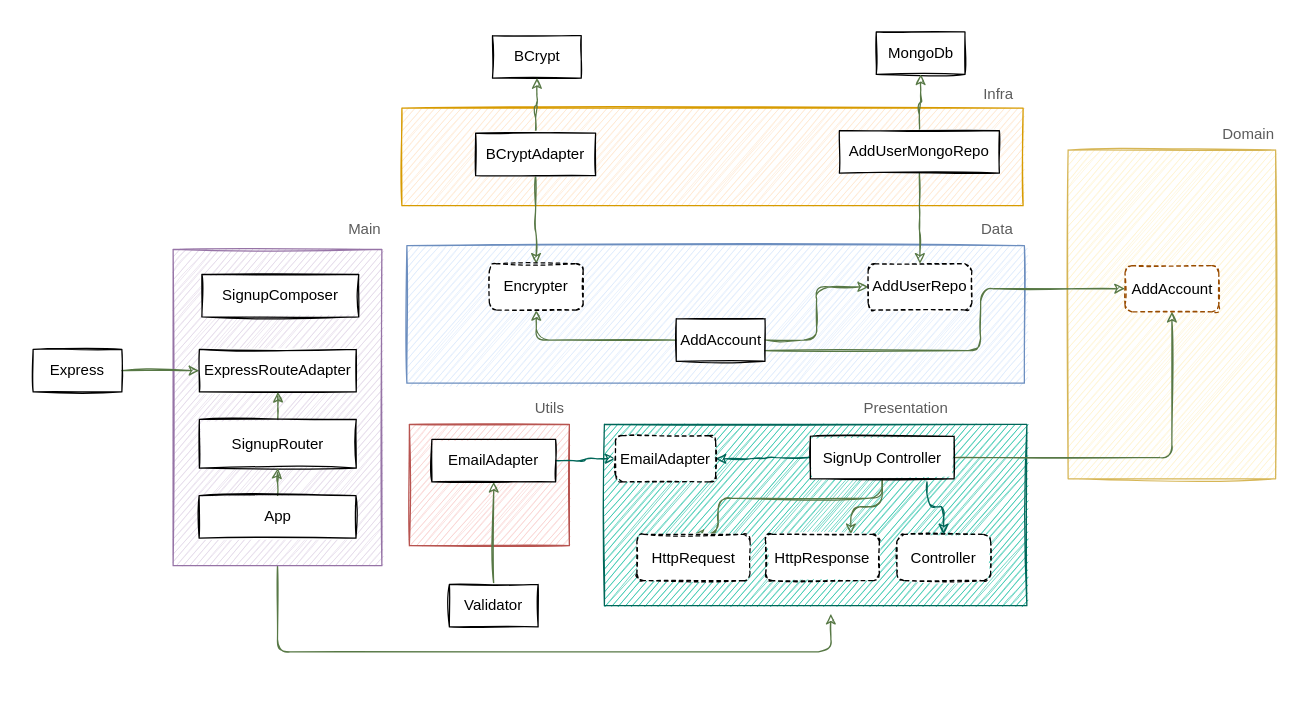
The draw.io diagram Untitled Diagram.drawio in alioshr/Alioshr, before the edit. Source tidied: cells renumbered, new cells numbered last; positions are measured from the earlier drawing's top-left corner, leaving out a move shared by most shapes. Both pictures are drawn from the tidied source at 125%, with x=0, y=0 at pixel (32, 31).
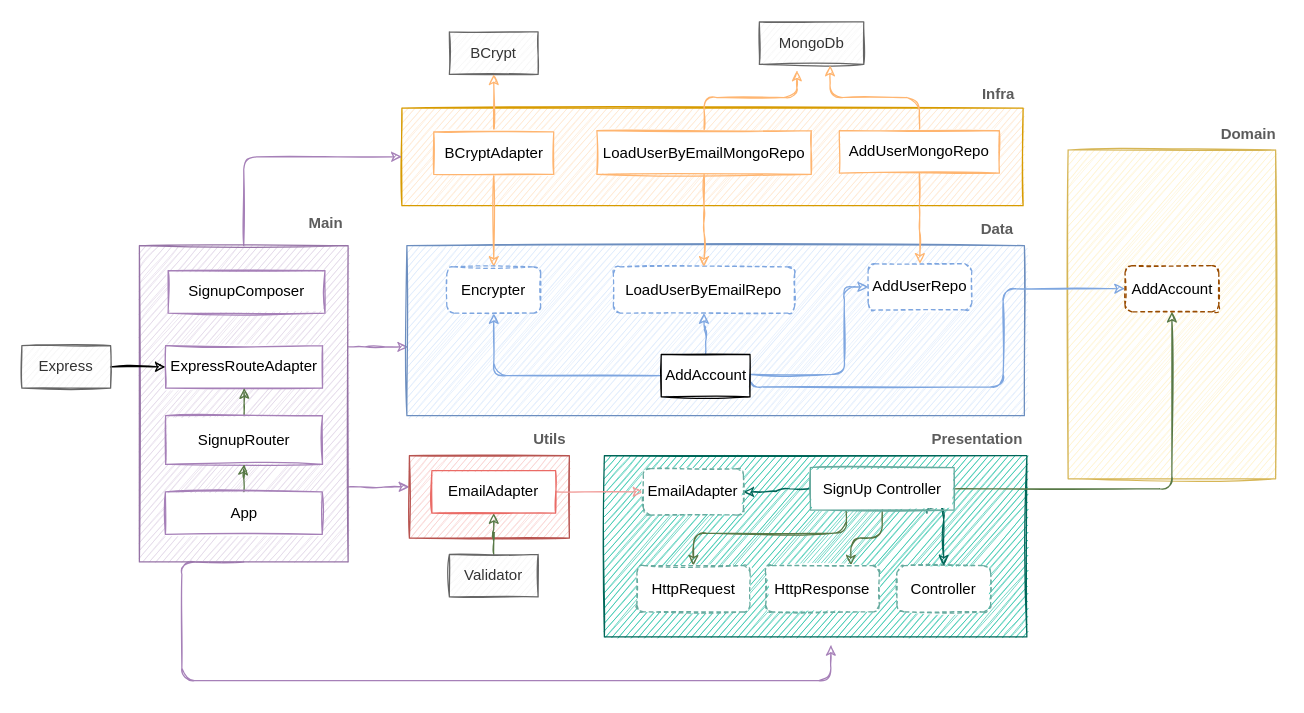
The same diagram, later.

The change refers to these unchanged cells:
```xml
<mxCell id="2" style="rounded=0;whiteSpace=wrap;html=1;sketch=1;strokeColor=#d79b00;fillColor=#ffe6cc;" parent="1" vertex="1">
  <mxGeometry x="295" y="61" width="497" height="78" as="geometry" />
</mxCell>
<mxCell id="21" value="AddAccount" style="rounded=1;whiteSpace=wrap;html=1;sketch=1;dashed=1;shadow=0;strokeColor=#994C00;" parent="1" vertex="1">
  <mxGeometry x="873.5" y="187" width="75" height="37" as="geometry" />
</mxCell>
```

The edit, as a diff of the source:
```diff
@@
-    <mxCell id="3" style="edgeStyle=orthogonalEdgeStyle;rounded=1;sketch=1;jettySize=auto;html=1;fontColor=#5C5C5C;strokeColor=#577845;fillColor=#21C0A5;entryX=0.536;entryY=1.045;entryDx=0;entryDy=0;entryPerimeter=0;exitX=0.5;exitY=1;exitDx=0;exitDy=0;" parent="1" edge="1" source="4" target="5">
+    <mxCell id="3" style="edgeStyle=orthogonalEdgeStyle;rounded=1;sketch=1;jettySize=auto;html=1;fontColor=#5C5C5C;fillColor=#21C0A5;entryX=0.536;entryY=1.045;entryDx=0;entryDy=0;entryPerimeter=0;exitX=0.5;exitY=1;exitDx=0;exitDy=0;strokeColor=#A680B8;" parent="1" edge="1" source="4" target="5">
       <mxGeometry relative="1" as="geometry">
         <Array as="points">
-          <mxPoint x="196" y="496" />
-          <mxPoint x="638" y="496" />
+          <mxPoint x="119" y="424" />
+          <mxPoint x="119" y="519" />
+          <mxPoint x="638" y="519" />
         </Array>
       </mxGeometry>
     </mxCell>
+    <mxCell id="53" style="edgeStyle=orthogonalEdgeStyle;rounded=1;sketch=1;jettySize=auto;html=1;fontColor=#5C5C5C;fillColor=#21C0A5;strokeColor=#A680B8;" parent="1" edge="1" source="4" target="10">
+      <mxGeometry relative="1" as="geometry">
+        <Array as="points">
+          <mxPoint x="272" y="364" />
+          <mxPoint x="272" y="364" />
+        </Array>
+      </mxGeometry>
+    </mxCell>
+    <mxCell id="54" style="edgeStyle=orthogonalEdgeStyle;rounded=1;sketch=1;jettySize=auto;html=1;entryX=0;entryY=0.5;entryDx=0;entryDy=0;fontColor=#5C5C5C;fillColor=#21C0A5;exitX=0.5;exitY=0;exitDx=0;exitDy=0;strokeColor=#A680B8;" parent="1" edge="1" source="4" target="2">
+      <mxGeometry relative="1" as="geometry" />
+    </mxCell>
+    <mxCell id="55" style="edgeStyle=orthogonalEdgeStyle;rounded=1;sketch=1;jettySize=auto;html=1;entryX=0.002;entryY=0.596;entryDx=0;entryDy=0;entryPerimeter=0;fontColor=#5C5C5C;fillColor=#21C0A5;exitX=1;exitY=0.32;exitDx=0;exitDy=0;exitPerimeter=0;strokeColor=#A680B8;" parent="1" edge="1" source="4" target="7">
+      <mxGeometry relative="1" as="geometry" />
+    </mxCell>
     <mxCell id="4" style="rounded=0;whiteSpace=wrap;html=1;sketch=1;strokeColor=#9673a6;fillColor=#e1d5e7;" parent="1" vertex="1">
-      <mxGeometry x="112" y="174" width="167" height="253" as="geometry" />
+      <mxGeometry x="85" y="171" width="167" height="253" as="geometry" />
     </mxCell>
     <mxCell id="5" style="rounded=0;whiteSpace=wrap;html=1;sketch=1;fontColor=#5C5C5C;strokeColor=#006658;fillColor=#21C0A5;" parent="1" vertex="1">
-      <mxGeometry x="457" y="314" width="338" height="145" as="geometry" />
+      <mxGeometry x="457" y="339" width="338" height="145" as="geometry" />
     </mxCell>
-    <mxCell id="6" value="Presentation" style="text;html=1;align=center;verticalAlign=middle;strokeColor=none;fontColor=#5C5C5C;" parent="1" vertex="1">
-      <mxGeometry x="659.8" y="292" width="77" height="18" as="geometry" />
+    <mxCell id="6" value="&lt;b&gt;Presentation&lt;/b&gt;" style="text;html=1;align=center;verticalAlign=middle;strokeColor=none;fontColor=#5C5C5C;" parent="1" vertex="1">
+      <mxGeometry x="713" y="317" width="83" height="18" as="geometry" />
     </mxCell>
     <mxCell id="7" style="rounded=0;whiteSpace=wrap;html=1;sketch=1;strokeColor=#6c8ebf;fillColor=#dae8fc;" parent="1" vertex="1">
-      <mxGeometry x="299" y="171" width="494" height="110" as="geometry" />
+      <mxGeometry x="299" y="171" width="494" height="136" as="geometry" />
     </mxCell>
-    <mxCell id="8" value="Data" style="text;html=1;align=center;verticalAlign=middle;strokeColor=none;fontColor=#5C5C5C;" parent="1" vertex="1">
-      <mxGeometry x="751" y="148" width="40" height="20" as="geometry" />
+    <mxCell id="8" value="&lt;b&gt;Data&lt;/b&gt;" style="text;html=1;align=center;verticalAlign=middle;strokeColor=none;fontColor=#5C5C5C;" parent="1" vertex="1">
+      <mxGeometry x="753" y="149" width="36" height="18" as="geometry" />
     </mxCell>
@@
     <mxCell id="10" style="rounded=0;whiteSpace=wrap;html=1;sketch=1;strokeColor=#b85450;fillColor=#f8cecc;" parent="1" vertex="1">
-      <mxGeometry x="301" y="314" width="128" height="97" as="geometry" />
+      <mxGeometry x="301" y="339" width="128" height="66" as="geometry" />
     </mxCell>
-    <mxCell id="11" value="Domain" style="text;html=1;align=center;verticalAlign=middle;strokeColor=none;fontColor=#5C5C5C;" parent="1" vertex="1">
-      <mxGeometry x="946" y="73" width="51" height="18" as="geometry" />
+    <mxCell id="11" value="&lt;b&gt;Domain&lt;/b&gt;" style="text;html=1;align=center;verticalAlign=middle;strokeColor=none;fontColor=#5C5C5C;" parent="1" vertex="1">
+      <mxGeometry x="945" y="73" width="54" height="18" as="geometry" />
     </mxCell>
-    <mxCell id="12" value="Utils" style="text;html=1;align=center;verticalAlign=middle;strokeColor=none;fontColor=#5C5C5C;" parent="1" vertex="1">
-      <mxGeometry x="396" y="292" width="33" height="18" as="geometry" />
+    <mxCell id="12" value="&lt;b&gt;Utils&lt;/b&gt;" style="text;html=1;align=center;verticalAlign=middle;strokeColor=none;fontColor=#5C5C5C;" parent="1" vertex="1">
+      <mxGeometry x="395" y="317" width="36" height="18" as="geometry" />
     </mxCell>
@@
-    <mxCell id="14" value="Controller" style="rounded=1;whiteSpace=wrap;html=1;sketch=1;dashed=1;shadow=0;" parent="1" vertex="1">
-      <mxGeometry x="691" y="402" width="75" height="37" as="geometry" />
+    <mxCell id="14" value="Controller" style="rounded=1;whiteSpace=wrap;html=1;sketch=1;dashed=1;shadow=0;strokeColor=#67AB9F;" parent="1" vertex="1">
+      <mxGeometry x="691" y="427" width="75" height="37" as="geometry" />
     </mxCell>
@@
-    <mxCell id="19" style="edgeStyle=orthogonalEdgeStyle;rounded=1;sketch=1;jettySize=auto;html=1;entryX=0.5;entryY=0;entryDx=0;entryDy=0;fontColor=#5C5C5C;strokeColor=#577845;fillColor=#21C0A5;" parent="1" edge="1" source="20" target="51">
+    <mxCell id="19" style="edgeStyle=orthogonalEdgeStyle;rounded=1;sketch=1;jettySize=auto;html=1;entryX=0.5;entryY=0;entryDx=0;entryDy=0;fontColor=#5C5C5C;strokeColor=#577845;fillColor=#21C0A5;exitX=0.25;exitY=1;exitDx=0;exitDy=0;" parent="1" edge="1" source="20" target="51">
       <mxGeometry relative="1" as="geometry">
         <Array as="points">
-          <mxPoint x="679" y="373" />
-          <mxPoint x="548" y="373" />
+          <mxPoint x="651" y="401" />
+          <mxPoint x="528" y="401" />
         </Array>
       </mxGeometry>
     </mxCell>
-    <mxCell id="20" value="SignUp Controller" style="rounded=0;whiteSpace=wrap;html=1;sketch=1;" parent="1" vertex="1">
-      <mxGeometry x="621.8" y="323.5" width="115" height="34" as="geometry" />
+    <mxCell id="20" value="SignUp Controller" style="rounded=0;whiteSpace=wrap;html=1;sketch=1;strokeColor=#67AB9F;" parent="1" vertex="1">
+      <mxGeometry x="621.8" y="348.5" width="115" height="34" as="geometry" />
     </mxCell>
@@
-    <mxCell id="22" value="MongoDb" style="rounded=0;whiteSpace=wrap;html=1;sketch=1;" parent="1" vertex="1">
-      <mxGeometry x="674.5" width="71" height="34" as="geometry" />
+    <mxCell id="22" value="MongoDb" style="rounded=0;whiteSpace=wrap;html=1;sketch=1;fillColor=#f5f5f5;strokeColor=#666666;fontColor=#333333;" parent="1" vertex="1">
+      <mxGeometry x="581" y="-8" width="83.5" height="34" as="geometry" />
     </mxCell>
@@
-    <mxCell id="24" value="Validator" style="rounded=0;whiteSpace=wrap;html=1;sketch=1;" parent="1" vertex="1">
-      <mxGeometry x="333" y="442" width="71" height="34" as="geometry" />
+    <mxCell id="24" value="Validator" style="rounded=0;whiteSpace=wrap;html=1;sketch=1;fillColor=#f5f5f5;strokeColor=#666666;fontColor=#333333;" parent="1" vertex="1">
+      <mxGeometry x="333" y="418" width="71" height="34" as="geometry" />
     </mxCell>
-    <mxCell id="25" value="BCrypt" style="rounded=0;whiteSpace=wrap;html=1;sketch=1;" parent="1" vertex="1">
-      <mxGeometry x="367.5" y="3" width="71" height="34" as="geometry" />
+    <mxCell id="25" value="BCrypt" style="rounded=0;whiteSpace=wrap;html=1;sketch=1;fillColor=#f5f5f5;strokeColor=#666666;fontColor=#333333;" parent="1" vertex="1">
+      <mxGeometry x="333" width="71" height="34" as="geometry" />
     </mxCell>
-    <mxCell id="26" style="edgeStyle=orthogonalEdgeStyle;rounded=1;sketch=1;jettySize=auto;html=1;exitX=1;exitY=0.5;exitDx=0;exitDy=0;fontColor=#5C5C5C;strokeColor=#006658;fillColor=#21C0A5;" parent="1" edge="1" source="27" target="28">
+    <mxCell id="26" style="edgeStyle=orthogonalEdgeStyle;rounded=1;sketch=1;jettySize=auto;html=1;exitX=1;exitY=0.5;exitDx=0;exitDy=0;fontColor=#5C5C5C;fillColor=#21C0A5;strokeColor=#F19C99;" parent="1" edge="1" source="27" target="28">
       <mxGeometry relative="1" as="geometry" />
     </mxCell>
-    <mxCell id="27" value="EmailAdapter" style="rounded=0;whiteSpace=wrap;html=1;sketch=1;" parent="1" vertex="1">
-      <mxGeometry x="319" y="326" width="99" height="34" as="geometry" />
+    <mxCell id="27" value="EmailAdapter" style="rounded=0;whiteSpace=wrap;html=1;sketch=1;strokeColor=#EA6B66;" parent="1" vertex="1">
+      <mxGeometry x="319" y="351" width="99" height="34" as="geometry" />
     </mxCell>
-    <mxCell id="28" value="EmailAdapter" style="rounded=1;whiteSpace=wrap;html=1;sketch=1;dashed=1;shadow=0;" parent="1" vertex="1">
-      <mxGeometry x="466" y="323" width="80" height="37" as="geometry" />
+    <mxCell id="28" value="EmailAdapter" style="rounded=1;whiteSpace=wrap;html=1;sketch=1;dashed=1;shadow=0;strokeColor=#67AB9F;" parent="1" vertex="1">
+      <mxGeometry x="488.2" y="349.5" width="80" height="37" as="geometry" />
     </mxCell>
-    <mxCell id="29" style="edgeStyle=orthogonalEdgeStyle;rounded=1;sketch=1;jettySize=auto;html=1;fontColor=#5C5C5C;strokeColor=#577845;fillColor=#21C0A5;" parent="1" edge="1" source="32" target="36">
+    <mxCell id="29" style="edgeStyle=orthogonalEdgeStyle;rounded=1;sketch=1;jettySize=auto;html=1;fontColor=#5C5C5C;fillColor=#21C0A5;strokeColor=#7EA6E0;" parent="1" edge="1" source="32" target="36">
       <mxGeometry relative="1" as="geometry" />
     </mxCell>
-    <mxCell id="30" style="edgeStyle=orthogonalEdgeStyle;rounded=1;sketch=1;jettySize=auto;html=1;entryX=0;entryY=0.5;entryDx=0;entryDy=0;fontColor=#5C5C5C;strokeColor=#577845;fillColor=#21C0A5;" parent="1" edge="1" source="32" target="21">
+    <mxCell id="30" style="edgeStyle=orthogonalEdgeStyle;rounded=1;sketch=1;jettySize=auto;html=1;entryX=0;entryY=0.5;entryDx=0;entryDy=0;fontColor=#5C5C5C;fillColor=#21C0A5;exitX=1;exitY=0.5;exitDx=0;exitDy=0;strokeColor=#7EA6E0;" parent="1" edge="1" source="32" target="21">
       <mxGeometry relative="1" as="geometry">
         <Array as="points">
-          <mxPoint x="758" y="255" />
-          <mxPoint x="758" y="206" />
+          <mxPoint x="776" y="284" />
+          <mxPoint x="776" y="206" />
         </Array>
       </mxGeometry>
     </mxCell>
-    <mxCell id="31" style="edgeStyle=orthogonalEdgeStyle;rounded=1;sketch=1;jettySize=auto;html=1;entryX=0;entryY=0.5;entryDx=0;entryDy=0;fontColor=#5C5C5C;strokeColor=#577845;fillColor=#21C0A5;" parent="1" edge="1" source="32" target="41">
-      <mxGeometry relative="1" as="geometry" />
+    <mxCell id="31" style="edgeStyle=orthogonalEdgeStyle;rounded=1;sketch=1;jettySize=auto;html=1;entryX=0;entryY=0.5;entryDx=0;entryDy=0;fontColor=#5C5C5C;fillColor=#21C0A5;strokeColor=#7EA6E0;" parent="1" edge="1" source="32" target="41">
+      <mxGeometry relative="1" as="geometry">
+        <Array as="points">
+          <mxPoint x="649" y="274" />
+          <mxPoint x="649" y="204" />
+        </Array>
+      </mxGeometry>
     </mxCell>
+    <mxCell id="56" style="edgeStyle=orthogonalEdgeStyle;rounded=1;sketch=1;jettySize=auto;html=1;fontColor=#5C5C5C;fillColor=#21C0A5;strokeColor=#7EA6E0;" parent="1" edge="1" source="32" target="57">
+      <mxGeometry relative="1" as="geometry" />
+    </mxCell>
     <mxCell id="32" value="AddAccount" style="rounded=0;whiteSpace=wrap;html=1;sketch=1;" parent="1" vertex="1">
-      <mxGeometry x="514.5" y="229.5" width="71" height="34" as="geometry" />
+      <mxGeometry x="502.5" y="258" width="71" height="34" as="geometry" />
     </mxCell>
-    <mxCell id="33" style="edgeStyle=orthogonalEdgeStyle;rounded=1;sketch=1;jettySize=auto;html=1;fontColor=#5C5C5C;strokeColor=#577845;fillColor=#21C0A5;" parent="1" edge="1" source="35" target="36">
+    <mxCell id="33" style="edgeStyle=orthogonalEdgeStyle;rounded=1;sketch=1;jettySize=auto;html=1;fontColor=#5C5C5C;fillColor=#21C0A5;strokeColor=#FFB570;" parent="1" edge="1" source="35" target="36">
       <mxGeometry relative="1" as="geometry" />
     </mxCell>
-    <mxCell id="34" style="edgeStyle=orthogonalEdgeStyle;rounded=1;sketch=1;jettySize=auto;html=1;fontColor=#5C5C5C;strokeColor=#577845;fillColor=#21C0A5;" parent="1" edge="1" source="35" target="25">
+    <mxCell id="34" style="edgeStyle=orthogonalEdgeStyle;rounded=1;sketch=1;jettySize=auto;html=1;fontColor=#5C5C5C;fillColor=#21C0A5;strokeColor=#FFB570;" parent="1" edge="1" source="35" target="25">
       <mxGeometry relative="1" as="geometry" />
     </mxCell>
-    <mxCell id="35" value="BCryptAdapter" style="rounded=0;whiteSpace=wrap;html=1;sketch=1;" parent="1" vertex="1">
-      <mxGeometry x="354" y="81" width="96" height="34" as="geometry" />
+    <mxCell id="35" value="BCryptAdapter" style="rounded=0;whiteSpace=wrap;html=1;sketch=1;strokeColor=#FFB570;" parent="1" vertex="1">
+      <mxGeometry x="320.5" y="80" width="96" height="34" as="geometry" />
     </mxCell>
-    <mxCell id="36" value="Encrypter" style="rounded=1;whiteSpace=wrap;html=1;sketch=1;dashed=1;shadow=0;" parent="1" vertex="1">
-      <mxGeometry x="365" y="185.5" width="75" height="37" as="geometry" />
+    <mxCell id="36" value="Encrypter" style="rounded=1;whiteSpace=wrap;html=1;sketch=1;dashed=1;shadow=0;strokeColor=#7EA6E0;" parent="1" vertex="1">
+      <mxGeometry x="331" y="188" width="75" height="37" as="geometry" />
     </mxCell>
-    <mxCell id="37" value="Infra" style="text;html=1;align=center;verticalAlign=middle;strokeColor=none;fontColor=#5C5C5C;" parent="1" vertex="1">
-      <mxGeometry x="755" y="41" width="34" height="18" as="geometry" />
+    <mxCell id="37" value="&lt;b&gt;Infra&lt;/b&gt;" style="text;html=1;align=center;verticalAlign=middle;strokeColor=none;fontColor=#5C5C5C;" parent="1" vertex="1">
+      <mxGeometry x="754" y="41" width="36" height="18" as="geometry" />
     </mxCell>
-    <mxCell id="38" style="edgeStyle=orthogonalEdgeStyle;rounded=1;sketch=1;jettySize=auto;html=1;fontColor=#5C5C5C;strokeColor=#577845;fillColor=#21C0A5;" parent="1" edge="1" source="40" target="22">
+    <mxCell id="38" style="edgeStyle=orthogonalEdgeStyle;rounded=1;sketch=1;jettySize=auto;html=1;fontColor=#5C5C5C;fillColor=#21C0A5;entryX=0.677;entryY=1.029;entryDx=0;entryDy=0;entryPerimeter=0;strokeColor=#FFB570;" parent="1" edge="1" source="40" target="22">
       <mxGeometry relative="1" as="geometry" />
     </mxCell>
-    <mxCell id="39" style="edgeStyle=orthogonalEdgeStyle;rounded=1;sketch=1;jettySize=auto;html=1;fontColor=#5C5C5C;strokeColor=#577845;fillColor=#21C0A5;" parent="1" edge="1" source="40" target="41">
+    <mxCell id="39" style="edgeStyle=orthogonalEdgeStyle;rounded=1;sketch=1;jettySize=auto;html=1;fontColor=#5C5C5C;fillColor=#21C0A5;strokeColor=#FFB570;" parent="1" edge="1" source="40" target="41">
       <mxGeometry relative="1" as="geometry" />
     </mxCell>
-    <mxCell id="40" value="AddUserMongoRepo" style="rounded=0;whiteSpace=wrap;html=1;sketch=1;" parent="1" vertex="1">
+    <mxCell id="40" value="AddUserMongoRepo" style="rounded=0;whiteSpace=wrap;html=1;sketch=1;strokeColor=#FFB570;" parent="1" vertex="1">
       <mxGeometry x="645" y="79" width="128" height="34" as="geometry" />
     </mxCell>
-    <mxCell id="41" value="AddUserRepo" style="rounded=1;whiteSpace=wrap;html=1;sketch=1;dashed=1;shadow=0;" parent="1" vertex="1">
+    <mxCell id="41" value="AddUserRepo" style="rounded=1;whiteSpace=wrap;html=1;sketch=1;dashed=1;shadow=0;strokeColor=#7EA6E0;" parent="1" vertex="1">
       <mxGeometry x="668" y="185.5" width="83" height="37" as="geometry" />
     </mxCell>
-    <mxCell id="42" value="Main" style="text;html=1;align=center;verticalAlign=middle;strokeColor=none;fontColor=#5C5C5C;" parent="1" vertex="1">
-      <mxGeometry x="247" y="149" width="36" height="18" as="geometry" />
+    <mxCell id="42" value="&lt;b&gt;Main&lt;/b&gt;" style="text;html=1;align=center;verticalAlign=middle;strokeColor=none;fontColor=#5C5C5C;" parent="1" vertex="1">
+      <mxGeometry x="215" y="144" width="37" height="18" as="geometry" />
     </mxCell>
-    <mxCell id="43" style="edgeStyle=orthogonalEdgeStyle;rounded=1;sketch=1;jettySize=auto;html=1;entryX=0;entryY=0.5;entryDx=0;entryDy=0;fontColor=#5C5C5C;strokeColor=#577845;fillColor=#21C0A5;" parent="1" edge="1" source="44" target="45">
+    <mxCell id="43" style="edgeStyle=orthogonalEdgeStyle;rounded=1;sketch=1;jettySize=auto;html=1;entryX=0;entryY=0.5;entryDx=0;entryDy=0;fontColor=#5C5C5C;fillColor=#21C0A5;" parent="1" edge="1" source="44" target="45">
       <mxGeometry relative="1" as="geometry" />
     </mxCell>
-    <mxCell id="44" value="Express" style="rounded=0;whiteSpace=wrap;html=1;sketch=1;" parent="1" vertex="1">
-      <mxGeometry y="254" width="71" height="34" as="geometry" />
+    <mxCell id="44" value="Express" style="rounded=0;whiteSpace=wrap;html=1;sketch=1;fillColor=#f5f5f5;strokeColor=#666666;fontColor=#333333;" parent="1" vertex="1">
+      <mxGeometry x="-9" y="251" width="71" height="34" as="geometry" />
     </mxCell>
-    <mxCell id="45" value="ExpressRouteAdapter" style="rounded=0;whiteSpace=wrap;html=1;sketch=1;" parent="1" vertex="1">
-      <mxGeometry x="133" y="254" width="125.5" height="34" as="geometry" />
+    <mxCell id="45" value="ExpressRouteAdapter" style="rounded=0;whiteSpace=wrap;html=1;sketch=1;strokeColor=#A680B8;" parent="1" vertex="1">
+      <mxGeometry x="106" y="251" width="125.5" height="34" as="geometry" />
     </mxCell>
-    <mxCell id="46" value="SignupComposer" style="rounded=0;whiteSpace=wrap;html=1;sketch=1;" parent="1" vertex="1">
-      <mxGeometry x="135" y="194" width="125.5" height="34" as="geometry" />
+    <mxCell id="46" value="SignupComposer" style="rounded=0;whiteSpace=wrap;html=1;sketch=1;strokeColor=#A680B8;" parent="1" vertex="1">
+      <mxGeometry x="108" y="191" width="125.5" height="34" as="geometry" />
     </mxCell>
@@
-    <mxCell id="48" value="SignupRouter" style="rounded=0;whiteSpace=wrap;html=1;sketch=1;" parent="1" vertex="1">
-      <mxGeometry x="133" y="310" width="125.5" height="39" as="geometry" />
+    <mxCell id="48" value="SignupRouter" style="rounded=0;whiteSpace=wrap;html=1;sketch=1;strokeColor=#A680B8;" parent="1" vertex="1">
+      <mxGeometry x="106" y="307" width="125.5" height="39" as="geometry" />
     </mxCell>
@@
-    <mxCell id="50" value="App" style="rounded=0;whiteSpace=wrap;html=1;sketch=1;" parent="1" vertex="1">
-      <mxGeometry x="132.8" y="371" width="125.5" height="34" as="geometry" />
+    <mxCell id="50" value="App" style="rounded=0;whiteSpace=wrap;html=1;sketch=1;strokeColor=#A680B8;" parent="1" vertex="1">
+      <mxGeometry x="105.8" y="368" width="125.5" height="34" as="geometry" />
     </mxCell>
-    <mxCell id="51" value="HttpRequest" style="rounded=1;whiteSpace=wrap;html=1;sketch=1;dashed=1;shadow=0;" parent="1" vertex="1">
-      <mxGeometry x="483" y="402" width="90.5" height="37" as="geometry" />
+    <mxCell id="51" value="HttpRequest" style="rounded=1;whiteSpace=wrap;html=1;sketch=1;dashed=1;shadow=0;strokeColor=#67AB9F;" parent="1" vertex="1">
+      <mxGeometry x="483" y="427" width="90.5" height="37" as="geometry" />
     </mxCell>
-    <mxCell id="52" value="HttpResponse" style="rounded=1;whiteSpace=wrap;html=1;sketch=1;dashed=1;shadow=0;" parent="1" vertex="1">
-      <mxGeometry x="586" y="402" width="91" height="37" as="geometry" />
+    <mxCell id="52" value="HttpResponse" style="rounded=1;whiteSpace=wrap;html=1;sketch=1;dashed=1;shadow=0;strokeColor=#67AB9F;" parent="1" vertex="1">
+      <mxGeometry x="586" y="427" width="91" height="37" as="geometry" />
     </mxCell>
+    <mxCell id="57" value="LoadUserByEmailRepo" style="rounded=1;whiteSpace=wrap;html=1;sketch=1;dashed=1;shadow=0;strokeColor=#7EA6E0;" parent="1" vertex="1">
+      <mxGeometry x="464.2" y="188" width="145" height="37" as="geometry" />
+    </mxCell>
+    <mxCell id="58" style="edgeStyle=orthogonalEdgeStyle;rounded=1;sketch=1;jettySize=auto;html=1;fontColor=#5C5C5C;fillColor=#21C0A5;strokeColor=#FFB570;" parent="1" edge="1" source="60" target="57">
+      <mxGeometry relative="1" as="geometry" />
+    </mxCell>
+    <mxCell id="59" style="edgeStyle=orthogonalEdgeStyle;rounded=1;sketch=1;jettySize=auto;html=1;entryX=0.359;entryY=1.147;entryDx=0;entryDy=0;fontColor=#5C5C5C;fillColor=#21C0A5;exitX=0.5;exitY=0;exitDx=0;exitDy=0;entryPerimeter=0;strokeColor=#FFB570;" parent="1" edge="1" source="60" target="22">
+      <mxGeometry relative="1" as="geometry" />
+    </mxCell>
+    <mxCell id="60" value="LoadUserByEmailMongoRepo" style="rounded=0;whiteSpace=wrap;html=1;sketch=1;strokeColor=#FFB570;" parent="1" vertex="1">
+      <mxGeometry x="451" y="79" width="171.5" height="35" as="geometry" />
+    </mxCell>
```
